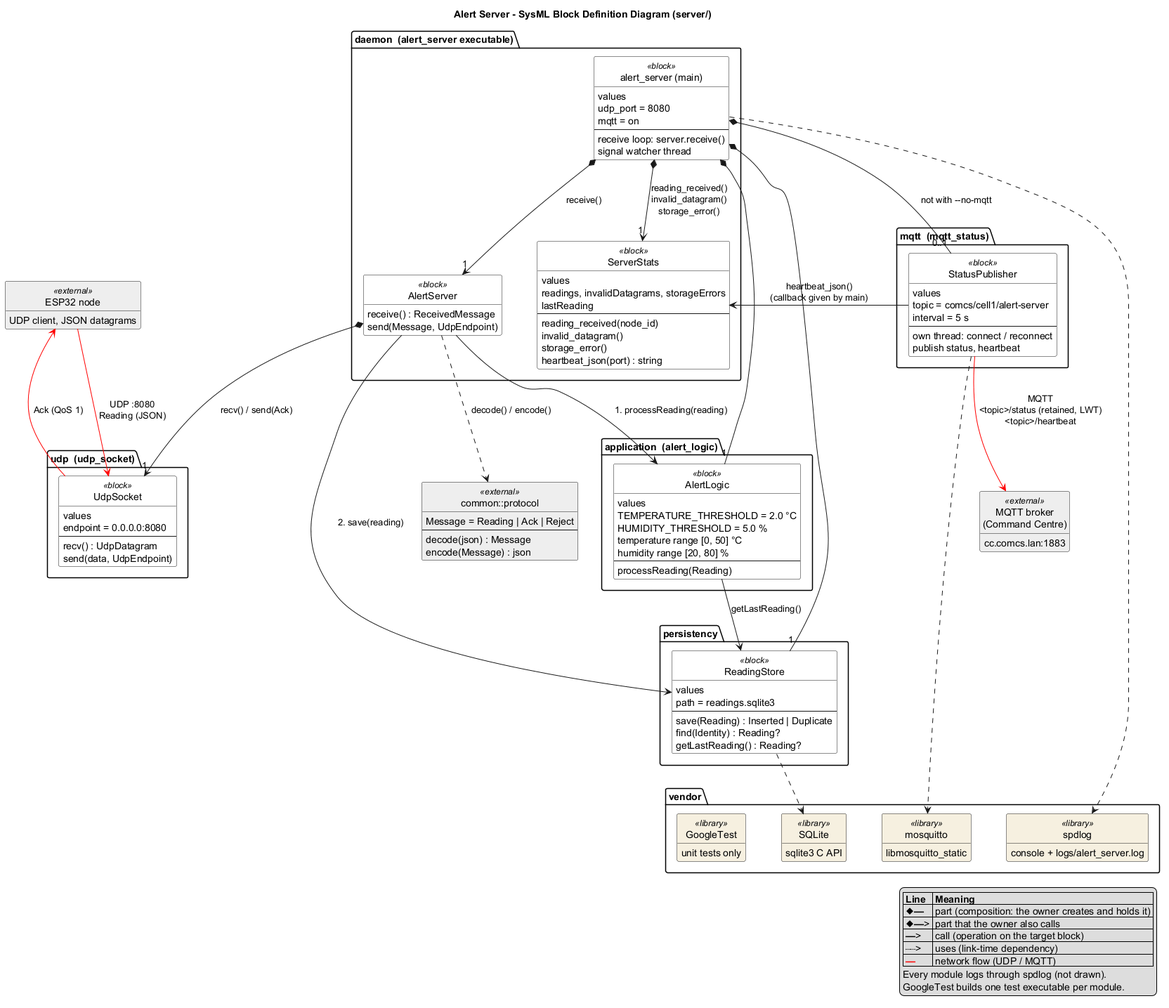
Sagiri197/project-comcs2627msc1a keeps this PlantUML diagram as docs/alert_server_blocks.png. Above is the earlier version. Source of this version:
```plantuml
@startuml alert_server_blocks
title Alert Server - SysML Block Definition Diagram (server/)

skinparam shadowing false
skinparam classAttributeIconSize 0
skinparam packageStyle folder
skinparam nodesep 50
skinparam ranksep 60
skinparam class {
  BackgroundColor<<block>> #FFFFFF
  BackgroundColor<<external>> #EEEEEE
  BackgroundColor<<library>> #F6F0E0
}
hide empty members
hide circle

legend right
  |= Line |= Meaning |
  | ◆━━ | part (composition: the owner creates and holds it) |
  | ◆━━> | part that the owner also calls |
  | ━━> | call (operation on the target block) |
  | ┄┄> | uses (link-time dependency) |
  | <color:red>━━</color> | network flow (UDP / MQTT) |
  Every module logs through spdlog (not drawn).
  GoogleTest builds one test executable per module.
endlegend

class "ESP32 node" as ESP32 <<external>> {
  UDP client, JSON datagrams
}
class "MQTT broker\n(Command Centre)" as BROKER <<external>> {
  cc.comcs.lan:1883
}
class "common::protocol" as PROTOCOL <<external>> {
  Message = Reading | Ack | Reject
  --
  decode(json) : Message
  encode(Message) : json
}

package "daemon  (alert_server executable)" as DAEMON {
  class "alert_server (main)" as MAIN <<block>> {
    values
    udp_port = 8080
    mqtt = on
    --
    receive loop: server.receive()
    signal watcher thread
  }
  class "AlertServer" as SERVER <<block>> {
    receive() : ReceivedMessage
    send(Message, UdpEndpoint)
  }
  class "ServerStats" as STATS <<block>> {
    values
    readings, invalidDatagrams, storageErrors
    lastReading
    --
    reading_received(node_id)
    invalid_datagram()
    storage_error()
    heartbeat_json(port) : string
  }
}

package "application  (alert_logic)" as APP {
  class "AlertLogic" as LOGIC <<block>> {
    values
    TEMPERATURE_THRESHOLD = 2.0 °C
    HUMIDITY_THRESHOLD = 5.0 %
    temperature range [0, 50] °C
    humidity range [20, 80] %
    --
    processReading(Reading)
  }
}

package "persistency" as PERS {
  class "ReadingStore" as STORE <<block>> {
    values
    path = readings.sqlite3
    --
    save(Reading) : Inserted | Duplicate
    find(Identity) : Reading?
    getLastReading() : Reading?
  }
}

package "udp  (udp_socket)" as UDP {
  class "UdpSocket" as SOCKET <<block>> {
    values
    endpoint = 0.0.0.0:8080
    --
    recv() : UdpDatagram
    send(data, UdpEndpoint)
  }
}

package "mqtt  (mqtt_status)" as MQTT {
  class "StatusPublisher" as PUBLISHER <<block>> {
    values
    topic = comcs/cell1/alert-server
    interval = 5 s
    --
    own thread: connect / reconnect
    publish status, heartbeat
  }
}

package "vendor" as VENDOR {
  class "SQLite" as SQLITE <<library>> {
    sqlite3 C API
  }
  class "mosquitto" as MOSQUITTO <<library>> {
    libmosquitto_static
  }
  class "spdlog" as SPDLOG <<library>> {
    console + logs/alert_server.log
  }
  class "GoogleTest" as GTEST <<library>> {
    unit tests only
  }
}

MAIN *-- "1" STORE
MAIN *-- "1" LOGIC
MAIN *-- "0..1" PUBLISHER : not with --no-mqtt

MAIN *--> "1" SERVER : receive()
MAIN *--> "1" STATS : reading_received()\ninvalid_datagram()\nstorage_error()
SERVER *--> "1" SOCKET : recv() / send(Ack)
SERVER --> LOGIC : 1. processReading(reading)
SERVER --> STORE : 2. save(reading)
LOGIC --> STORE : getLastReading()
PUBLISHER --> STATS : heartbeat_json()\n(callback given by main)

SERVER ..> PROTOCOL : decode() / encode()
STORE ..> SQLITE
PUBLISHER ..> MOSQUITTO
MAIN ..> SPDLOG

ESP32 -[#red]-> SOCKET : UDP :8080\nReading (JSON)
SOCKET -[#red]-> ESP32 : Ack (QoS 1)
PUBLISHER -[#red]-> BROKER : MQTT\n<topic>/status (retained, LWT)\n<topic>/heartbeat

@enduml
```
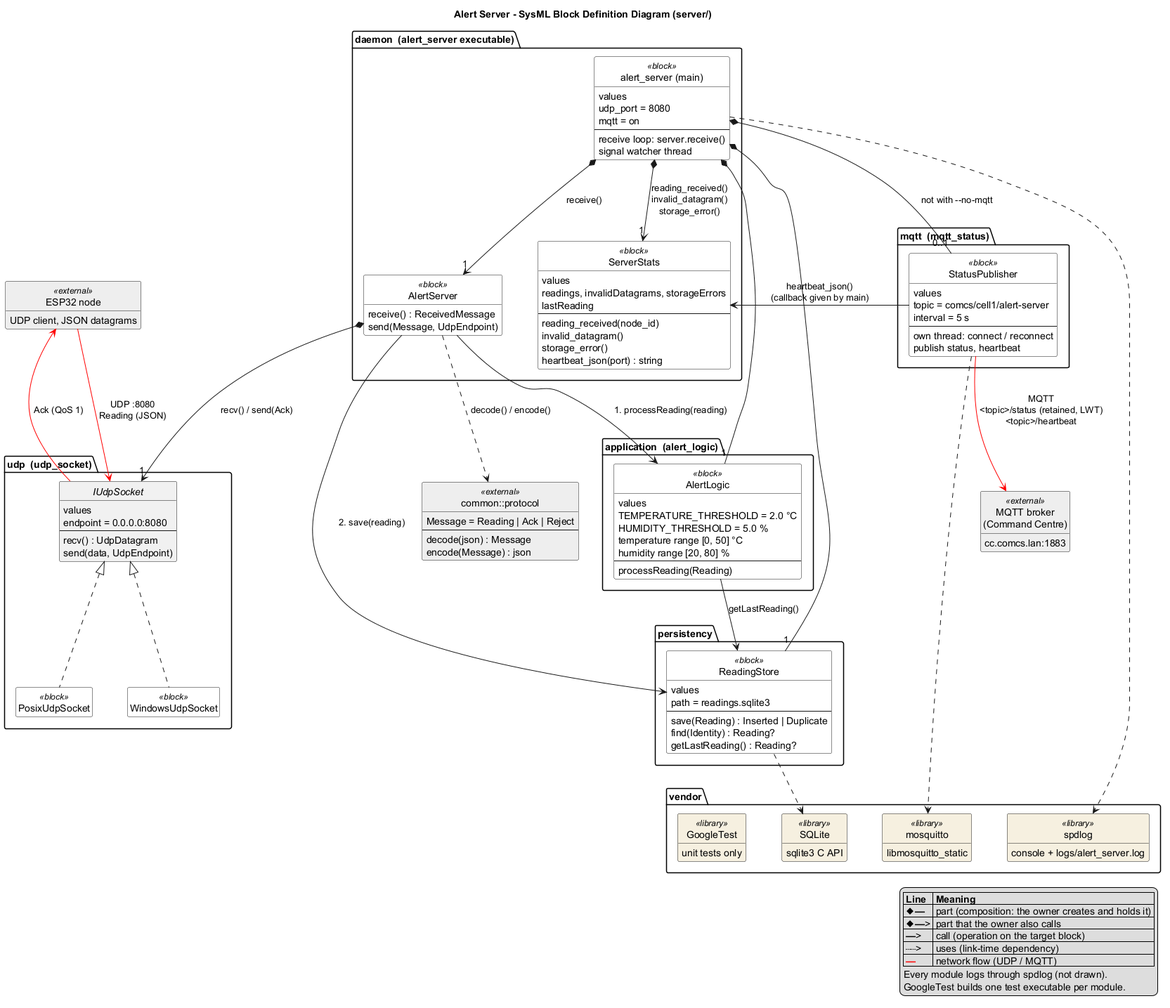
Above is the later version.

Diff of the diagram source:
```diff
@@ -87,13 +87,17 @@
 }
 
 package "udp  (udp_socket)" as UDP {
-  class "UdpSocket" as SOCKET <<block>> {
+  interface "IUdpSocket" as SOCKET {
     values
     endpoint = 0.0.0.0:8080
     --
     recv() : UdpDatagram
     send(data, UdpEndpoint)
   }
+  class "PosixUdpSocket" as POSIX_SOCKET <<block>>
+  class "WindowsUdpSocket" as WIN_SOCKET <<block>>
+  POSIX_SOCKET .up.|> SOCKET
+  WIN_SOCKET .up.|> SOCKET
 }
 
 package "mqtt  (mqtt_status)" as MQTT {
```
